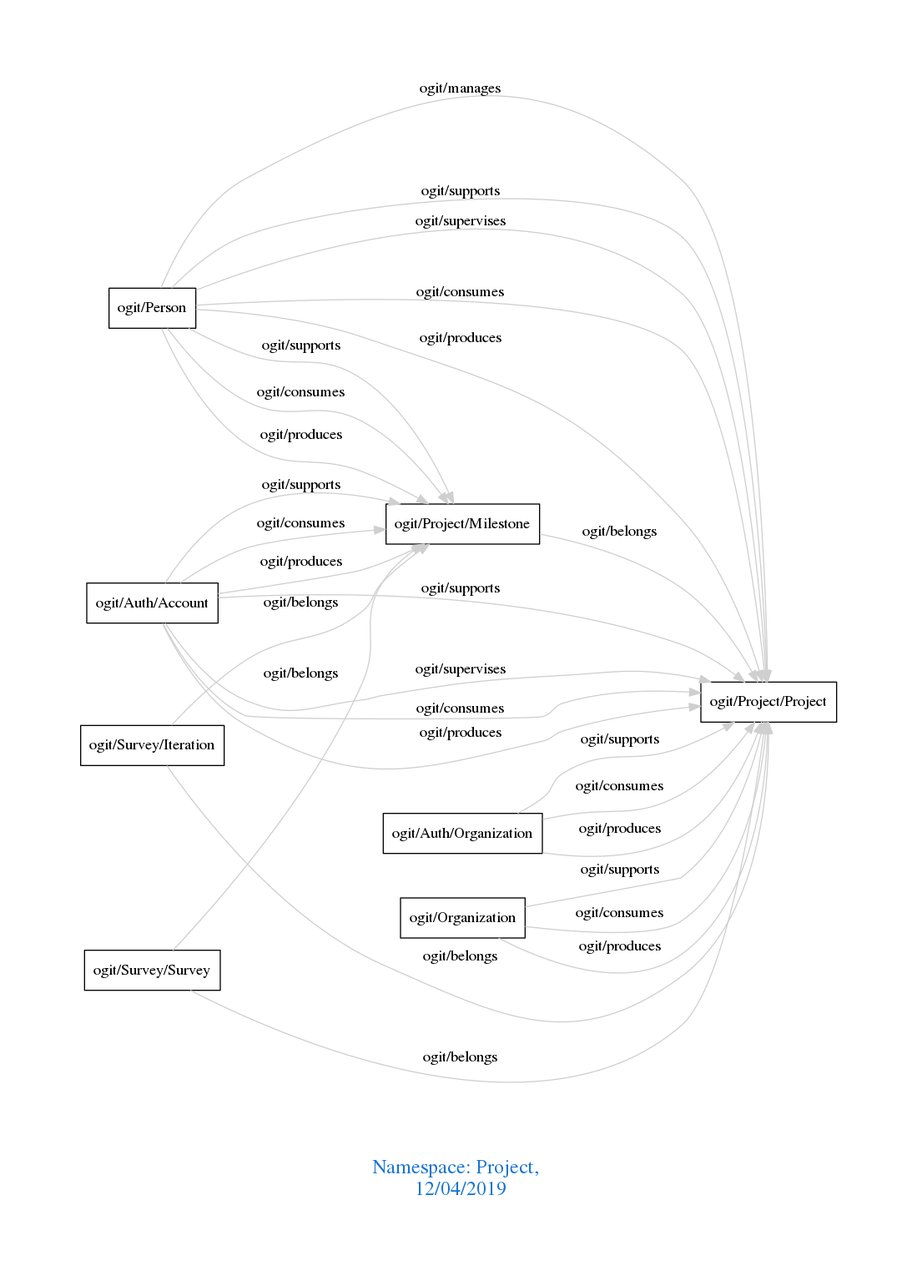
Earlier version of the Graphviz export downloads/Project.png (arago/OGIT). Its source is kept beside it as downloads/Project.dot.
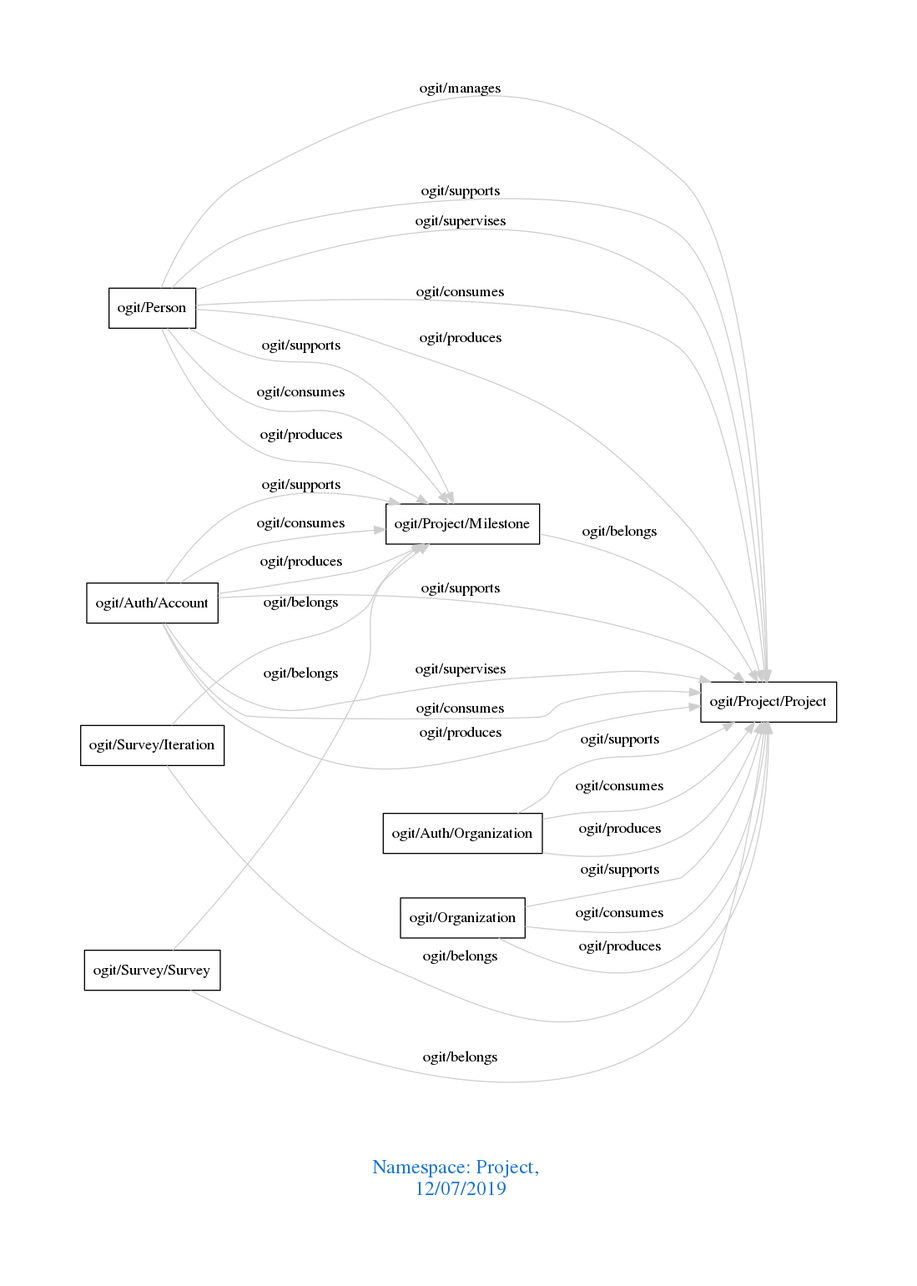
Later version of the same file.

The edit, as a diff of the source:
```diff
@@ -1,7 +1,7 @@
 digraph OGIT_ontology {
  graph [ rankdir= LR,pad=1
 fontsize = 18,
-fontcolor= dodgerblue3,label = "\n\n\nNamespace: Project, \n 12/04/2019"];
+fontcolor= dodgerblue3,label = "\n\n\nNamespace: Project, \n 12/07/2019"];
 node[shape=polygon];
 edge [  color="gray81"];
 
```
